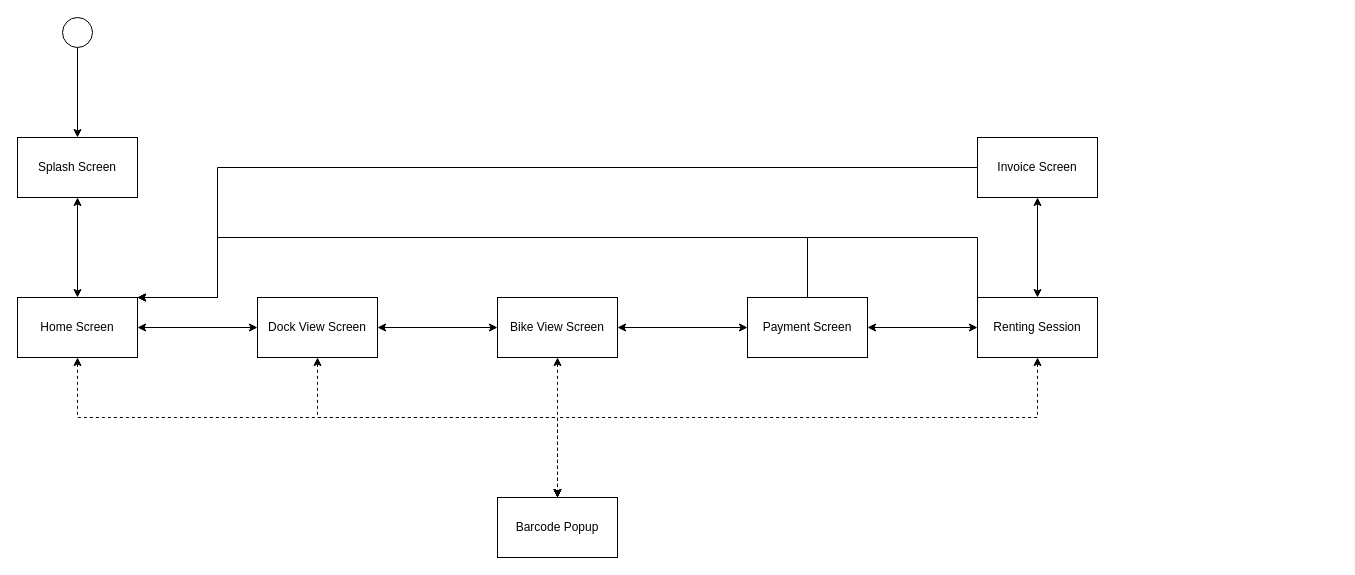
The draw.io diagram Detail Design/Interface Design/EBR - Screen Transition Diagram.drawio in thaian229/ISD.ICT.20201-05, before the edit. Source tidied: cells renumbered, new cells numbered last; positions are measured from the earlier drawing's top-left corner, leaving out a move shared by most shapes. Both pictures are drawn from the tidied source at 100%, with x=0, y=0 at pixel (17, 17).
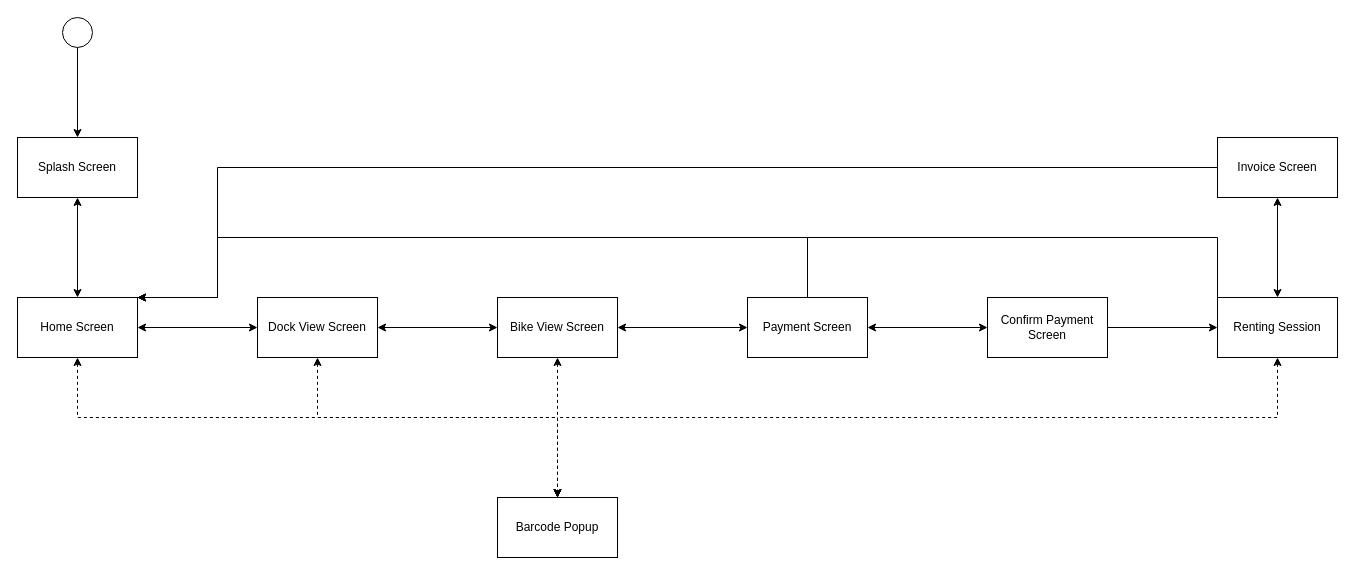
After the change.

The change refers to these unchanged cells:
```xml
<mxCell id="6" value="Home Screen" style="rounded=0;whiteSpace=wrap;html=1;" parent="1" vertex="1">
  <mxGeometry y="280" width="120" height="60" as="geometry" />
</mxCell>
<mxCell id="10" value="Barcode Popup" style="rounded=0;whiteSpace=wrap;html=1;" parent="1" vertex="1">
  <mxGeometry x="480" y="480" width="120" height="60" as="geometry" />
</mxCell>
<mxCell id="18" value="Payment Screen" style="rounded=0;whiteSpace=wrap;html=1;" parent="1" vertex="1">
  <mxGeometry x="730" y="280" width="120" height="60" as="geometry" />
</mxCell>
```

Diff of the diagram source:
```diff
@@
-    <mxCell id="16" style="edgeStyle=orthogonalEdgeStyle;rounded=0;jettySize=auto;html=1;entryX=0;entryY=0.5;entryDx=0;entryDy=0;startArrow=classic;startFill=1;" parent="1" edge="1" source="18" target="22">
+    <mxCell id="16" style="edgeStyle=orthogonalEdgeStyle;rounded=0;jettySize=auto;html=1;entryX=0;entryY=0.5;entryDx=0;entryDy=0;startArrow=none;startFill=0;" parent="1" edge="1" source="25" target="22">
       <mxGeometry relative="1" as="geometry" />
     </mxCell>
@@
     <mxCell id="19" style="edgeStyle=orthogonalEdgeStyle;rounded=0;jettySize=auto;html=1;entryX=0.5;entryY=0;entryDx=0;entryDy=0;dashed=1;startArrow=classic;startFill=1;" parent="1" edge="1" source="22" target="10">
       <mxGeometry relative="1" as="geometry">
         <Array as="points">
-          <mxPoint x="1020" y="400" />
+          <mxPoint x="1260" y="400" />
           <mxPoint x="540" y="400" />
         </Array>
       </mxGeometry>
     </mxCell>
@@
     <mxCell id="21" style="edgeStyle=orthogonalEdgeStyle;rounded=0;jettySize=auto;html=1;exitX=0;exitY=0;exitDx=0;exitDy=0;entryX=1;entryY=0;entryDx=0;entryDy=0;startArrow=none;startFill=0;" parent="1" edge="1" source="22" target="6">
       <mxGeometry relative="1" as="geometry">
         <Array as="points">
-          <mxPoint x="960" y="220" />
+          <mxPoint x="1200" y="220" />
           <mxPoint x="200" y="220" />
           <mxPoint x="200" y="280" />
         </Array>
       </mxGeometry>
     </mxCell>
     <mxCell id="22" value="Renting Session" style="rounded=0;whiteSpace=wrap;html=1;" parent="1" vertex="1">
-      <mxGeometry x="960" y="280" width="120" height="60" as="geometry" />
+      <mxGeometry x="1200" y="280" width="120" height="60" as="geometry" />
     </mxCell>
@@
     <mxCell id="24" value="Invoice Screen" style="rounded=0;whiteSpace=wrap;html=1;" parent="1" vertex="1">
-      <mxGeometry x="960" y="120" width="120" height="60" as="geometry" />
+      <mxGeometry x="1200" y="120" width="120" height="60" as="geometry" />
     </mxCell>
+    <mxCell id="25" value="Confirm Payment Screen" style="rounded=0;whiteSpace=wrap;html=1;" parent="1" vertex="1">
+      <mxGeometry x="970" y="280" width="120" height="60" as="geometry" />
+    </mxCell>
+    <mxCell id="26" style="edgeStyle=orthogonalEdgeStyle;rounded=0;jettySize=auto;html=1;entryX=0;entryY=0.5;entryDx=0;entryDy=0;startArrow=classic;startFill=1;" parent="1" edge="1" source="18" target="25">
+      <mxGeometry relative="1" as="geometry" />
+    </mxCell>
```
